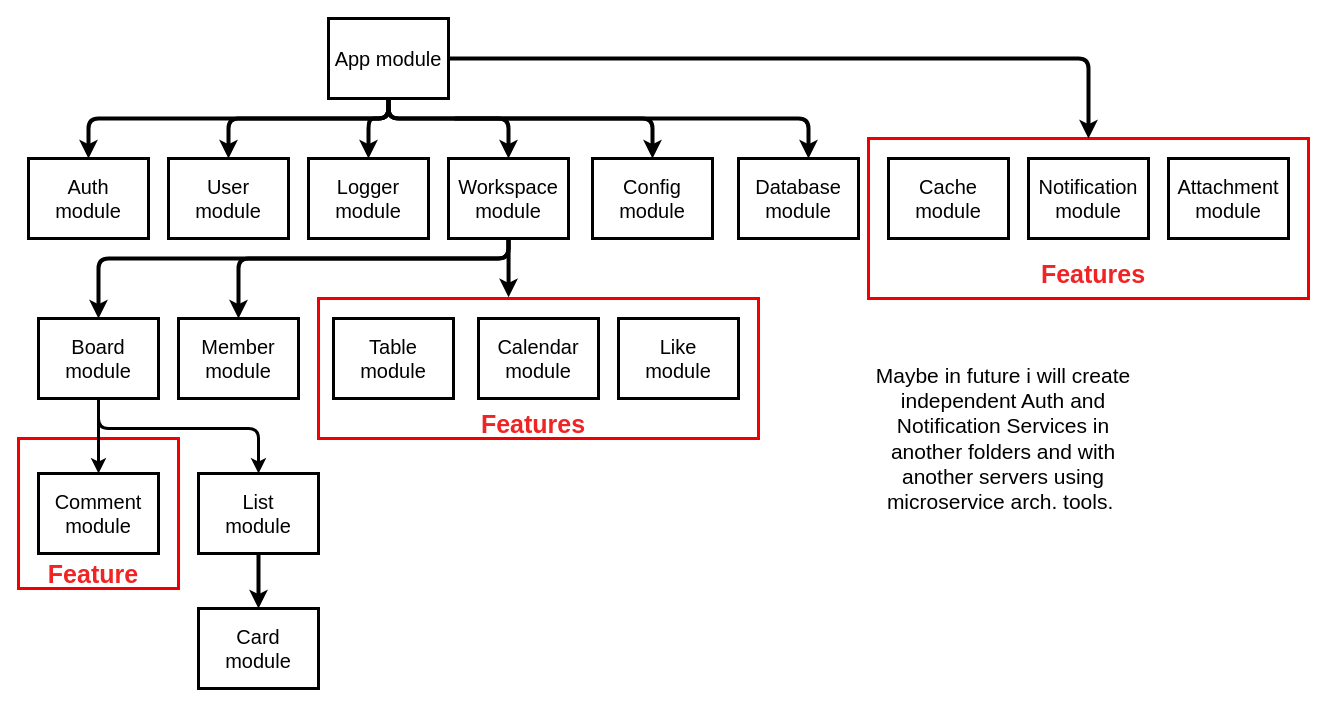
Neodast/Tasky keeps this draw.io diagram as page "BACKEND" (2 of 3) of project.drawio. Above is the earlier version. Source tidied: cells renumbered, new cells numbered last; positions are measured from the earlier drawing's top-left corner, leaving out a move shared by most shapes. Both pictures are drawn from the tidied source at 100%, with x=0, y=0 at pixel (18, 18).
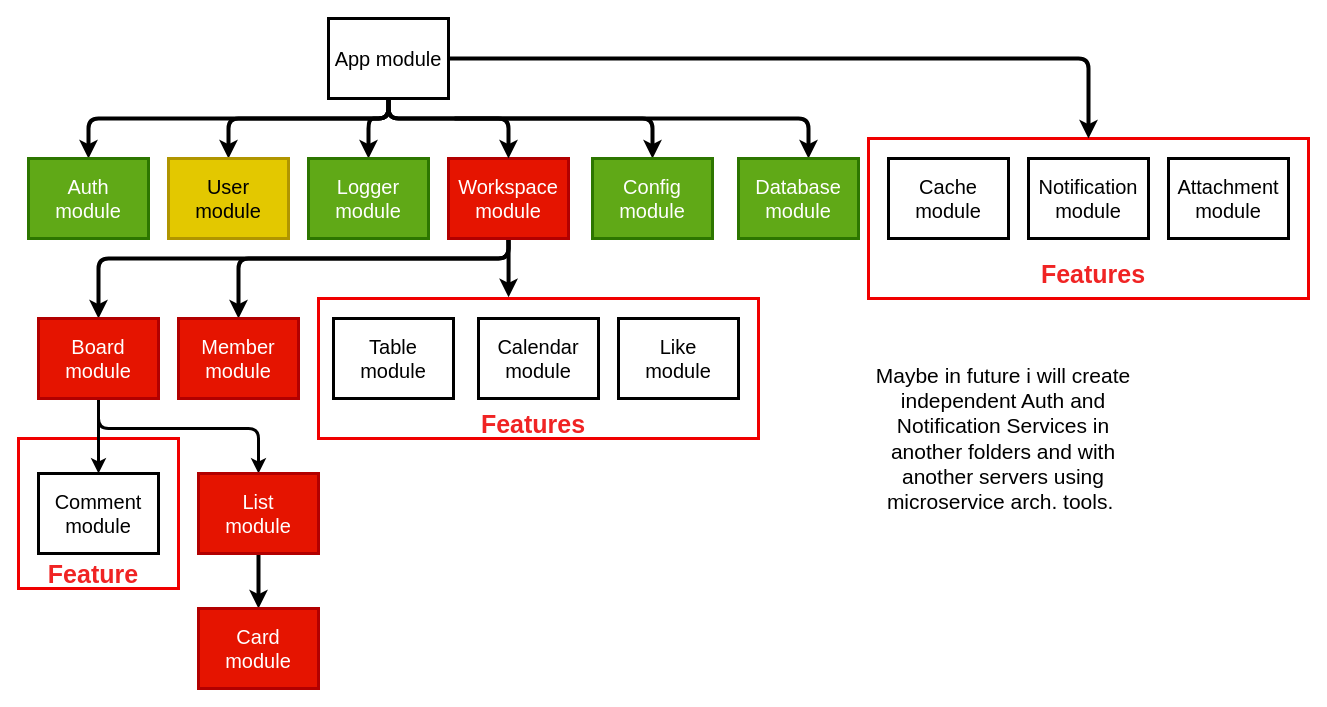
After the change.

The edit, as a diff of the source:
```diff
@@
-    <mxCell id="8" value="Workspace module" style="rounded=0;whiteSpace=wrap;html=1;fontSize=20;horizontal=1;strokeWidth=3;" parent="1" vertex="1">
+    <mxCell id="8" value="Workspace module" style="rounded=0;whiteSpace=wrap;html=1;fontSize=20;horizontal=1;strokeWidth=3;fillColor=#e51400;fontColor=#ffffff;strokeColor=#B20000;" parent="1" vertex="1">
       <mxGeometry x="430" y="140" width="120" height="80" as="geometry" />
     </mxCell>
@@
-    <mxCell id="19" value="Board&lt;br&gt;module" style="rounded=0;whiteSpace=wrap;html=1;fontSize=20;horizontal=1;strokeWidth=3;" parent="1" vertex="1">
+    <mxCell id="19" value="Board&lt;br&gt;module" style="rounded=0;whiteSpace=wrap;html=1;fontSize=20;horizontal=1;strokeWidth=3;fillColor=#e51400;fontColor=#ffffff;strokeColor=#B20000;" parent="1" vertex="1">
       <mxGeometry x="20" y="300" width="120" height="80" as="geometry" />
     </mxCell>
-    <mxCell id="20" value="Member module" style="rounded=0;whiteSpace=wrap;html=1;fontSize=20;horizontal=1;strokeWidth=3;" parent="1" vertex="1">
+    <mxCell id="20" value="Member module" style="rounded=0;whiteSpace=wrap;html=1;fontSize=20;horizontal=1;strokeWidth=3;fillColor=#e51400;fontColor=#ffffff;strokeColor=#B20000;" parent="1" vertex="1">
       <mxGeometry x="160" y="300" width="120" height="80" as="geometry" />
     </mxCell>
@@
-    <mxCell id="22" value="List&lt;br&gt;module" style="rounded=0;whiteSpace=wrap;html=1;fontSize=20;horizontal=1;strokeWidth=3;" parent="1" vertex="1">
+    <mxCell id="22" value="List&lt;br&gt;module" style="rounded=0;whiteSpace=wrap;html=1;fontSize=20;horizontal=1;strokeWidth=3;fillColor=#e51400;fontColor=#ffffff;strokeColor=#B20000;" parent="1" vertex="1">
       <mxGeometry x="180" y="455" width="120" height="80" as="geometry" />
     </mxCell>
-    <mxCell id="23" value="Auth&lt;br&gt;module" style="rounded=0;whiteSpace=wrap;html=1;fontSize=20;horizontal=1;strokeWidth=3;" parent="1" vertex="1">
+    <mxCell id="23" value="Auth&lt;br&gt;module" style="rounded=0;whiteSpace=wrap;html=1;fontSize=20;horizontal=1;strokeWidth=3;fillColor=#60a917;fontColor=#ffffff;strokeColor=#2D7600;" parent="1" vertex="1">
       <mxGeometry x="10" y="140" width="120" height="80" as="geometry" />
     </mxCell>
-    <mxCell id="24" value="Database module" style="rounded=0;whiteSpace=wrap;html=1;fontSize=20;horizontal=1;strokeWidth=3;" parent="1" vertex="1">
+    <mxCell id="24" value="Database module" style="rounded=0;whiteSpace=wrap;html=1;fontSize=20;horizontal=1;strokeWidth=3;fillColor=#60a917;fontColor=#ffffff;strokeColor=#2D7600;" parent="1" vertex="1">
       <mxGeometry x="720" y="140" width="120" height="80" as="geometry" />
     </mxCell>
@@
-    <mxCell id="27" value="Logger&lt;br&gt;module" style="rounded=0;whiteSpace=wrap;html=1;fontSize=20;horizontal=1;strokeWidth=3;" parent="1" vertex="1">
+    <mxCell id="27" value="Logger&lt;br&gt;module" style="rounded=0;whiteSpace=wrap;html=1;fontSize=20;horizontal=1;strokeWidth=3;fillColor=#60a917;fontColor=#ffffff;strokeColor=#2D7600;" parent="1" vertex="1">
       <mxGeometry x="290" y="140" width="120" height="80" as="geometry" />
     </mxCell>
@@
-    <mxCell id="37" value="Card&lt;br&gt;module" style="rounded=0;whiteSpace=wrap;html=1;fontSize=20;horizontal=1;strokeWidth=3;" parent="1" vertex="1">
+    <mxCell id="37" value="Card&lt;br&gt;module" style="rounded=0;whiteSpace=wrap;html=1;fontSize=20;horizontal=1;strokeWidth=3;fillColor=#e51400;fontColor=#ffffff;strokeColor=#B20000;" parent="1" vertex="1">
       <mxGeometry x="180" y="590" width="120" height="80" as="geometry" />
     </mxCell>
-    <mxCell id="38" value="Config&lt;br&gt;module" style="rounded=0;whiteSpace=wrap;html=1;fontSize=20;horizontal=1;strokeWidth=3;" parent="1" vertex="1">
+    <mxCell id="38" value="Config&lt;br&gt;module" style="rounded=0;whiteSpace=wrap;html=1;fontSize=20;horizontal=1;strokeWidth=3;fillColor=#60a917;fontColor=#ffffff;strokeColor=#2D7600;" parent="1" vertex="1">
       <mxGeometry x="574" y="140" width="120" height="80" as="geometry" />
     </mxCell>
-    <mxCell id="39" value="User&lt;br&gt;module" style="rounded=0;whiteSpace=wrap;html=1;fontSize=20;horizontal=1;strokeWidth=3;" parent="1" vertex="1">
+    <mxCell id="39" value="User&lt;br&gt;module" style="rounded=0;whiteSpace=wrap;html=1;fontSize=20;horizontal=1;strokeWidth=3;fillColor=#e3c800;fontColor=#000000;strokeColor=#B09500;" parent="1" vertex="1">
       <mxGeometry x="150" y="140" width="120" height="80" as="geometry" />
     </mxCell>
```
